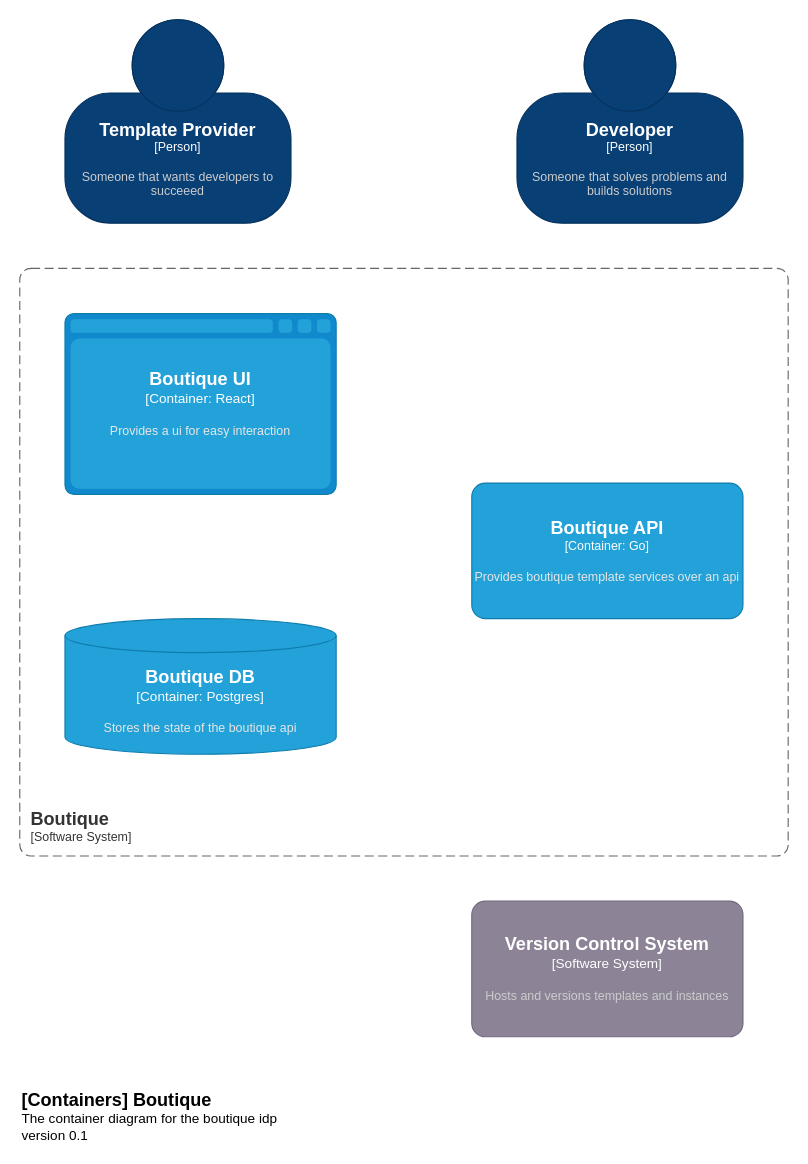
Earlier version of the draw.io diagram page "Container" (2 of 4) of docs/boutique.drawio (baking-bread/boutique). Source tidied: cells renumbered, new cells numbered last; positions are measured from the earlier drawing's top-left corner, leaving out a move shared by most shapes. Both pictures are drawn from the tidied source at 113%, with x=0, y=0 at pixel (19, 19).
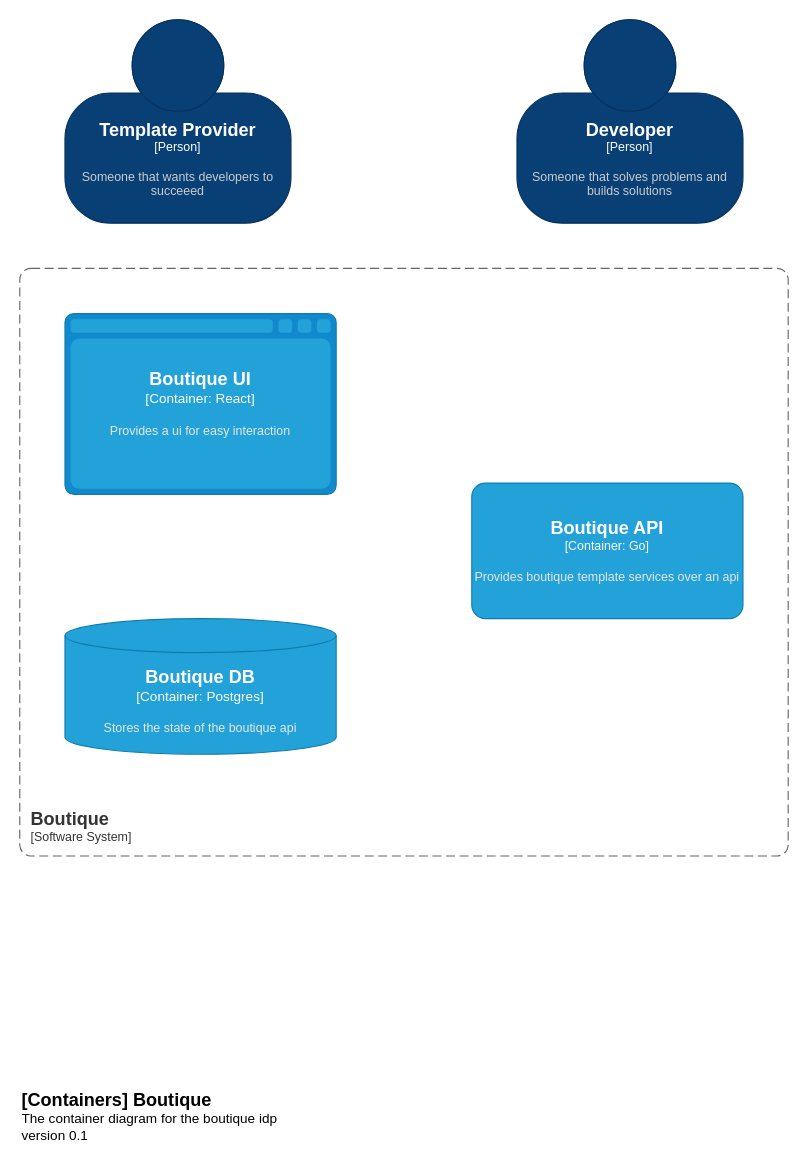
The same page after the edit.

Diff of the diagram source:
```diff
@@
 <mxGraphModel>
   <root>
     <mxCell id="0" />
     <mxCell id="1" parent="0" />
     <object id="2" label="&lt;font style=&quot;font-size: 16px&quot;&gt;&lt;b&gt;&lt;div style=&quot;text-align: left&quot;&gt;%c4Name%&lt;/div&gt;&lt;/b&gt;&lt;/font&gt;&lt;div style=&quot;text-align: left&quot;&gt;[%c4Application%]&lt;/div&gt;" c4Application="Software System" c4Name="Boutique" placeholders="1">
       <mxCell style="rounded=1;fontSize=11;whiteSpace=wrap;html=1;dashed=1;arcSize=20;fillColor=none;strokeColor=#666666;fontColor=#333333;labelBackgroundColor=none;align=left;verticalAlign=bottom;labelBorderColor=none;spacingTop=0;spacing=10;dashPattern=8 4;perimeter=rectanglePerimeter;noLabel=0;labelPadding=0;absoluteArcSize=1;" parent="1" vertex="1">
         <mxGeometry y="220" width="680" height="520" as="geometry" />
       </mxCell>
     </object>
     <object id="3" label="&lt;font style=&quot;font-size: 16px&quot;&gt;&lt;b&gt;&lt;div style=&quot;text-align: left&quot;&gt;%c4Name%&lt;/div&gt;&lt;/b&gt;&lt;/font&gt;&lt;div style=&quot;text-align: left&quot;&gt;%c4Description%&lt;/div&gt;" c4Description="The container diagram for the boutique idp version 0.1" c4Name="[Containers] Boutique" placeholders="1">
       <mxCell style="text;html=1;strokeColor=none;fillColor=none;align=left;verticalAlign=top;whiteSpace=wrap;rounded=0;" parent="1" vertex="1">
         <mxGeometry y="940" width="260" height="40" as="geometry" />
       </mxCell>
     </object>
     <object id="4" label="&lt;font style=&quot;font-size: 16px&quot;&gt;&lt;b&gt;%c4Name%&lt;/b&gt;&lt;/font&gt;&lt;div&gt;[%c4Type%: %c4Technology%]&lt;/div&gt;&lt;br&gt;&lt;div&gt;&lt;font style=&quot;font-size: 11px&quot;&gt;&lt;font color=&quot;#E6E6E6&quot;&gt;%c4Description%&lt;/font&gt;&lt;/div&gt;" c4Description="Provides boutique template services over an api" c4Name="Boutique API" c4Technology="Go" c4Type="Container" placeholders="1">
       <mxCell style="rounded=1;whiteSpace=wrap;html=1;fontSize=11;labelBackgroundColor=none;fillColor=#23A2D9;fontColor=#ffffff;align=center;arcSize=10;strokeColor=#0E7DAD;" parent="1" vertex="1">
         <mxGeometry x="400" y="410" width="240" height="120" as="geometry" />
       </mxCell>
     </object>
     <object id="5" label="&lt;font style=&quot;font-size: 16px&quot;&gt;&lt;b&gt;%c4Name%&lt;/b&gt;&lt;/font&gt;&lt;div&gt;[%c4Type%:&amp;nbsp;%c4Technology%]&lt;/div&gt;&lt;br&gt;&lt;div&gt;&lt;font style=&quot;font-size: 11px&quot;&gt;&lt;font color=&quot;#E6E6E6&quot;&gt;%c4Description%&lt;/font&gt;&lt;/div&gt;" c4Description="Stores the state of the boutique api" c4Name="Boutique DB" c4Technology="Postgres" c4Type="Container" placeholders="1">
       <mxCell style="shape=cylinder3;size=15;whiteSpace=wrap;html=1;boundedLbl=1;rounded=0;labelBackgroundColor=none;fillColor=#23A2D9;fontSize=12;fontColor=#ffffff;align=center;strokeColor=#0E7DAD;" parent="1" vertex="1">
         <mxGeometry x="40" y="530" width="240" height="120" as="geometry" />
       </mxCell>
     </object>
     <object id="6" label="&lt;font style=&quot;font-size: 16px&quot;&gt;&lt;b&gt;%c4Name%&lt;/b&gt;&lt;/font&gt;&lt;div&gt;[%c4Type%:&amp;nbsp;%c4Technology%]&lt;/div&gt;&lt;br&gt;&lt;div&gt;&lt;font style=&quot;font-size: 11px&quot;&gt;&lt;font color=&quot;#E6E6E6&quot;&gt;%c4Description%&lt;/font&gt;&lt;/div&gt;" c4Description="Provides a ui for easy interaction" c4Name="Boutique UI" c4Technology="React" c4Type="Container" placeholders="1">
       <mxCell style="shape=mxgraph.c4.webBrowserContainer2;whiteSpace=wrap;html=1;boundedLbl=1;rounded=0;labelBackgroundColor=none;strokeColor=#118ACD;fillColor=#23A2D9;strokeColor=#118ACD;strokeColor2=#0E7DAD;fontSize=12;fontColor=#ffffff;align=center;" parent="1" vertex="1">
         <mxGeometry x="40" y="260" width="240" height="160" as="geometry" />
       </mxCell>
     </object>
-    <object id="7" label="&lt;font style=&quot;font-size: 16px&quot;&gt;&lt;b&gt;%c4Name%&lt;/b&gt;&lt;/font&gt;&lt;div&gt;[%c4Type%]&lt;/div&gt;&lt;br&gt;&lt;div&gt;&lt;font style=&quot;font-size: 11px&quot;&gt;&lt;font color=&quot;#cccccc&quot;&gt;%c4Description%&lt;/font&gt;&lt;/div&gt;" c4Description="Hosts and versions templates and instances" c4Name="Version Control System" c4Type="Software System" placeholders="1">
-      <mxCell style="rounded=1;whiteSpace=wrap;html=1;labelBackgroundColor=none;fillColor=#8C8496;fontColor=#ffffff;align=center;arcSize=10;strokeColor=#736782;" parent="1" vertex="1">
-        <mxGeometry x="400" y="780" width="240" height="120" as="geometry" />
-      </mxCell>
-    </object>
     <object id="8" label="&lt;font style=&quot;font-size: 16px&quot;&gt;&lt;b&gt;%c4Name%&lt;/b&gt;&lt;/font&gt;&lt;div&gt;[%c4Type%]&lt;/div&gt;&lt;br&gt;&lt;div&gt;&lt;font style=&quot;font-size: 11px&quot;&gt;&lt;font color=&quot;#cccccc&quot;&gt;%c4Description%&lt;/font&gt;&lt;/div&gt;" c4Description="Someone that solves problems and builds solutions" c4Name="Developer" c4Type="Person" placeholders="1">
       <mxCell style="html=1;fontSize=11;dashed=0;whiteSpace=wrap;fillColor=#083F75;strokeColor=#06315C;fontColor=#ffffff;shape=mxgraph.c4.person2;align=center;" parent="1" vertex="1">
         <mxGeometry x="440" width="200" height="180" as="geometry" />
       </mxCell>
     </object>
     <object id="9" label="&lt;font style=&quot;font-size: 16px&quot;&gt;&lt;b&gt;%c4Name%&lt;/b&gt;&lt;/font&gt;&lt;div&gt;[%c4Type%]&lt;/div&gt;&lt;br&gt;&lt;div&gt;&lt;font style=&quot;font-size: 11px&quot;&gt;&lt;font color=&quot;#cccccc&quot;&gt;%c4Description%&lt;/font&gt;&lt;/div&gt;" c4Description="Someone that wants developers to succeeed" c4Name="Template Provider" c4Type="Person" placeholders="1">
       <mxCell style="html=1;fontSize=11;dashed=0;whiteSpace=wrap;fillColor=#083F75;strokeColor=#06315C;fontColor=#ffffff;shape=mxgraph.c4.person2;align=center;" parent="1" vertex="1">
         <mxGeometry x="40" width="200" height="180" as="geometry" />
       </mxCell>
     </object>
   </root>
 </mxGraphModel>
```
